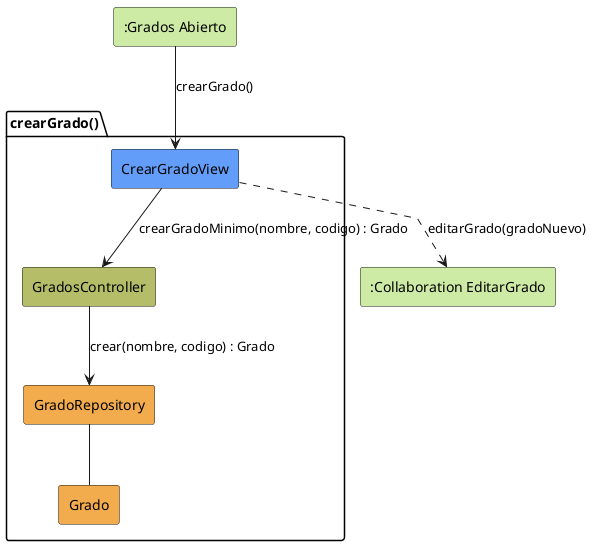
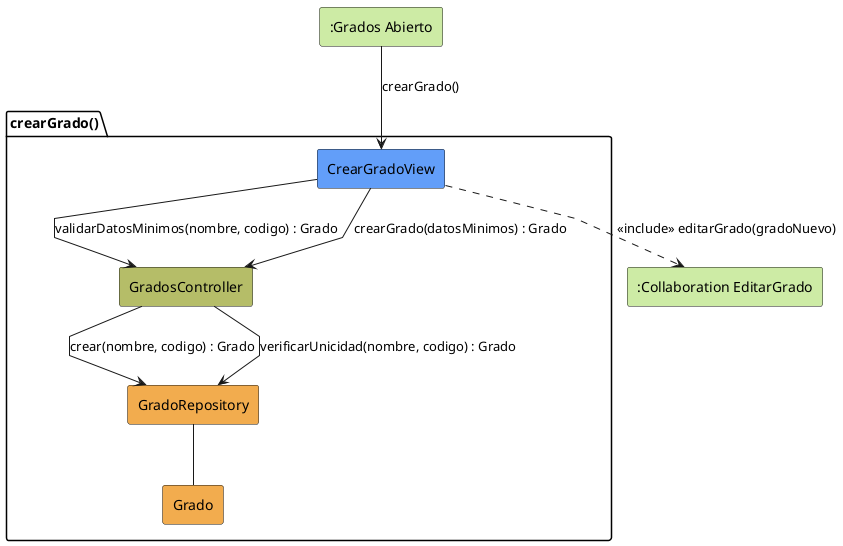
@startuml crearGrado-analisis
skinparam linetype polyline

rectangle #CDEBA5 ":Grados Abierto" as GradosAbierto
rectangle #CDEBA5 ":Collaboration EditarGrado" as EditarGrado

package crearGrado as "crearGrado()" {
    rectangle #629EF9 CrearGradoView
    rectangle #b5bd68 GradosController
    rectangle #F2AC4E GradoRepository
    rectangle #F2AC4E Grado
}

GradosAbierto --> CrearGradoView: crearGrado()

- CrearGradoView -d-> GradosController: crearGradoMinimo(nombre, codigo) : Grado
+ CrearGradoView -d-> GradosController: validarDatosMinimos(nombre, codigo) : Grado
+ CrearGradoView -d-> GradosController: crearGrado(datosMinimos) : Grado

GradosController --> GradoRepository: crear(nombre, codigo) : Grado
+ GradosController --> GradoRepository: verificarUnicidad(nombre, codigo) : Grado

GradoRepository -- Grado

- CrearGradoView ..> EditarGrado: editarGrado(gradoNuevo)
+ CrearGradoView ..> EditarGrado: <<include>> editarGrado(gradoNuevo)

@enduml